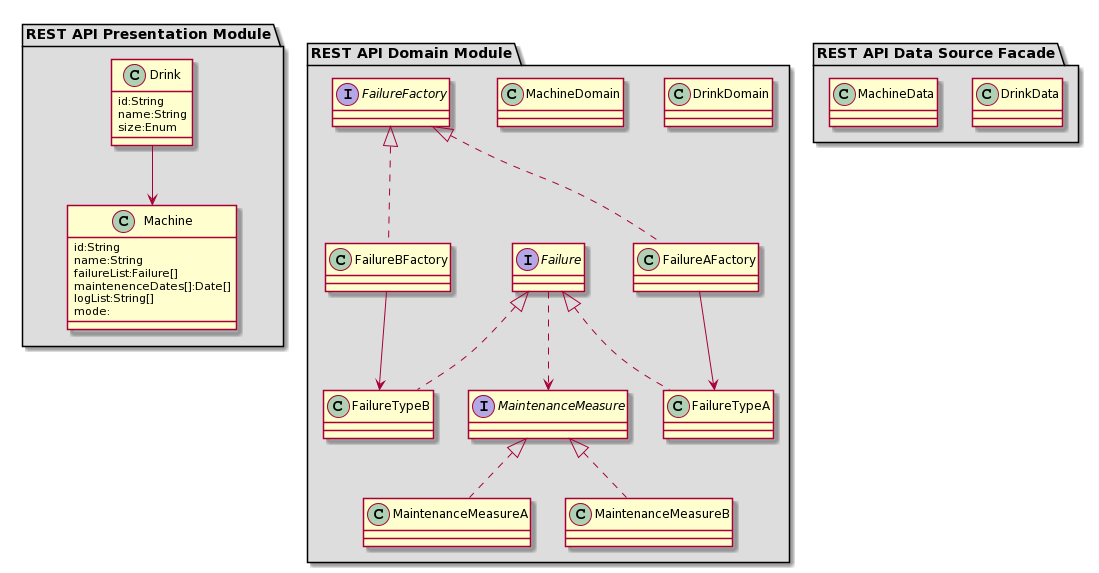
dgruninger97/Project keeps this PlantUML diagram as docs/images/RESTAPIDomain.png. Above is the earlier version.
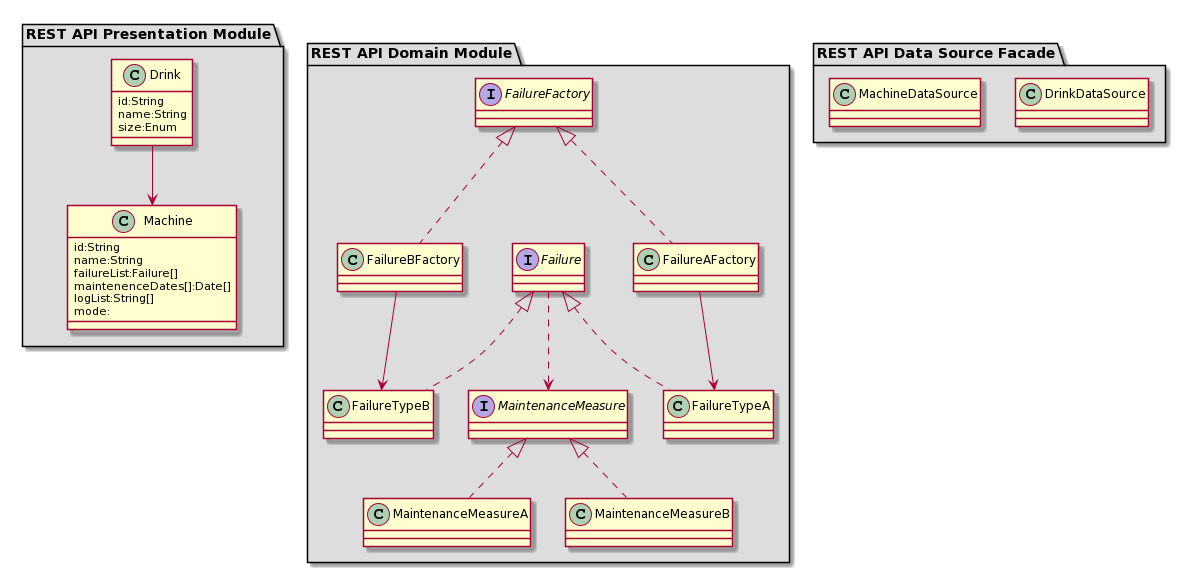
After the change.

The edit, as a diff of the source:
```diff
@@ -16,10 +16,6 @@
  Drink --> Machine
 }
 package "REST API Domain Module" #DDDDDD {
- class DrinkDomain{
- }
- class MachineDomain{
- }
  interface FailureFactory{
  }
  class FailureAFactory implements FailureFactory{
@@ -43,8 +39,9 @@
  Failure ..> MaintenanceMeasure
 }
 package "REST API Data Source Facade" #DDDDDD {
- class DrinkData{
- }
- class MachineData{
- }
+class DrinkDataSource{
+}
+class MachineDataSource{
+}
+}
 @enduml
```
